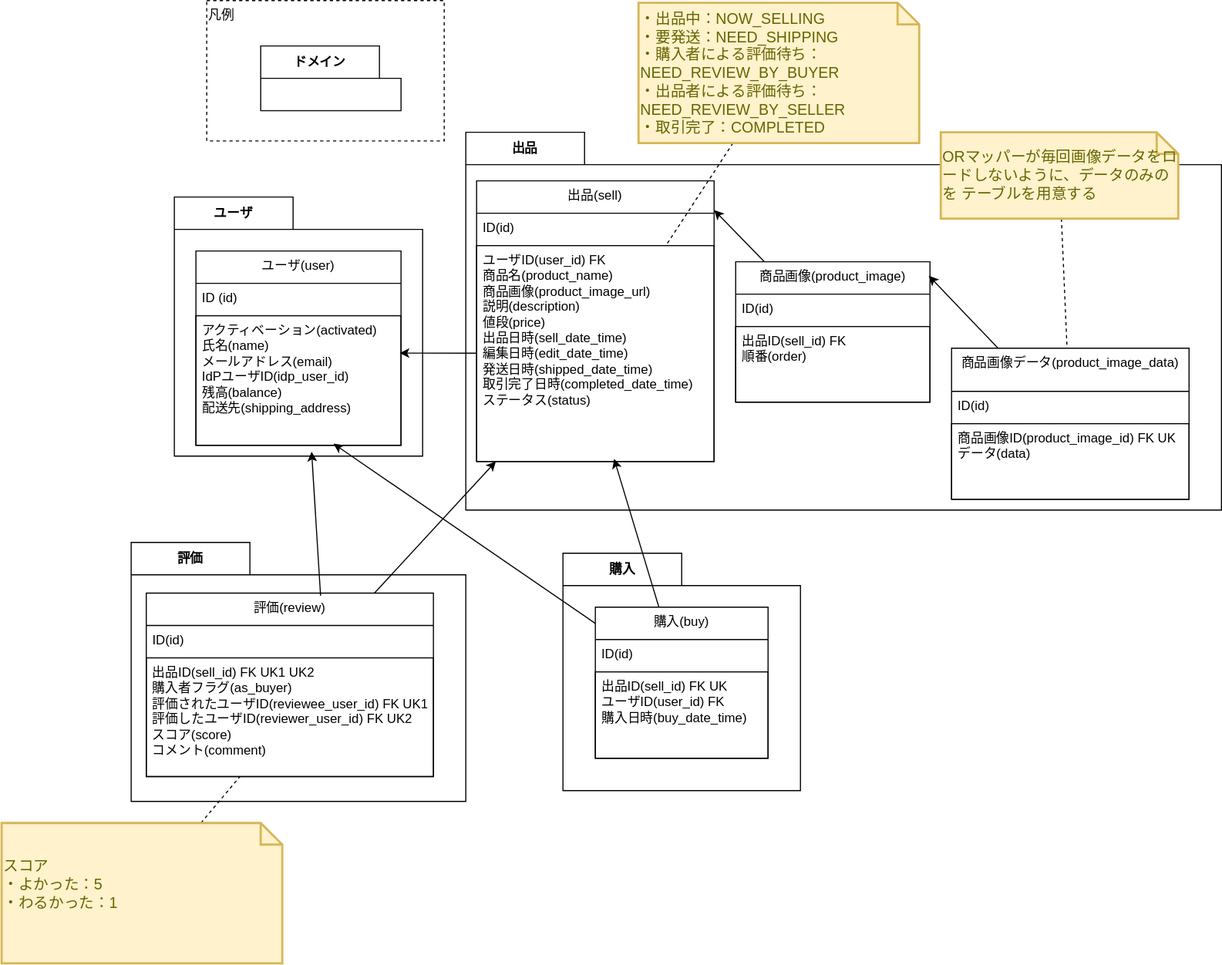
Earlier version of the draw.io export ER図.drawio.svg (genba-oriented/gea-requirements). Source tidied: cells renumbered, new cells last; positions are measured from the earlier drawing's top-left corner, leaving out a move shared by most shapes.
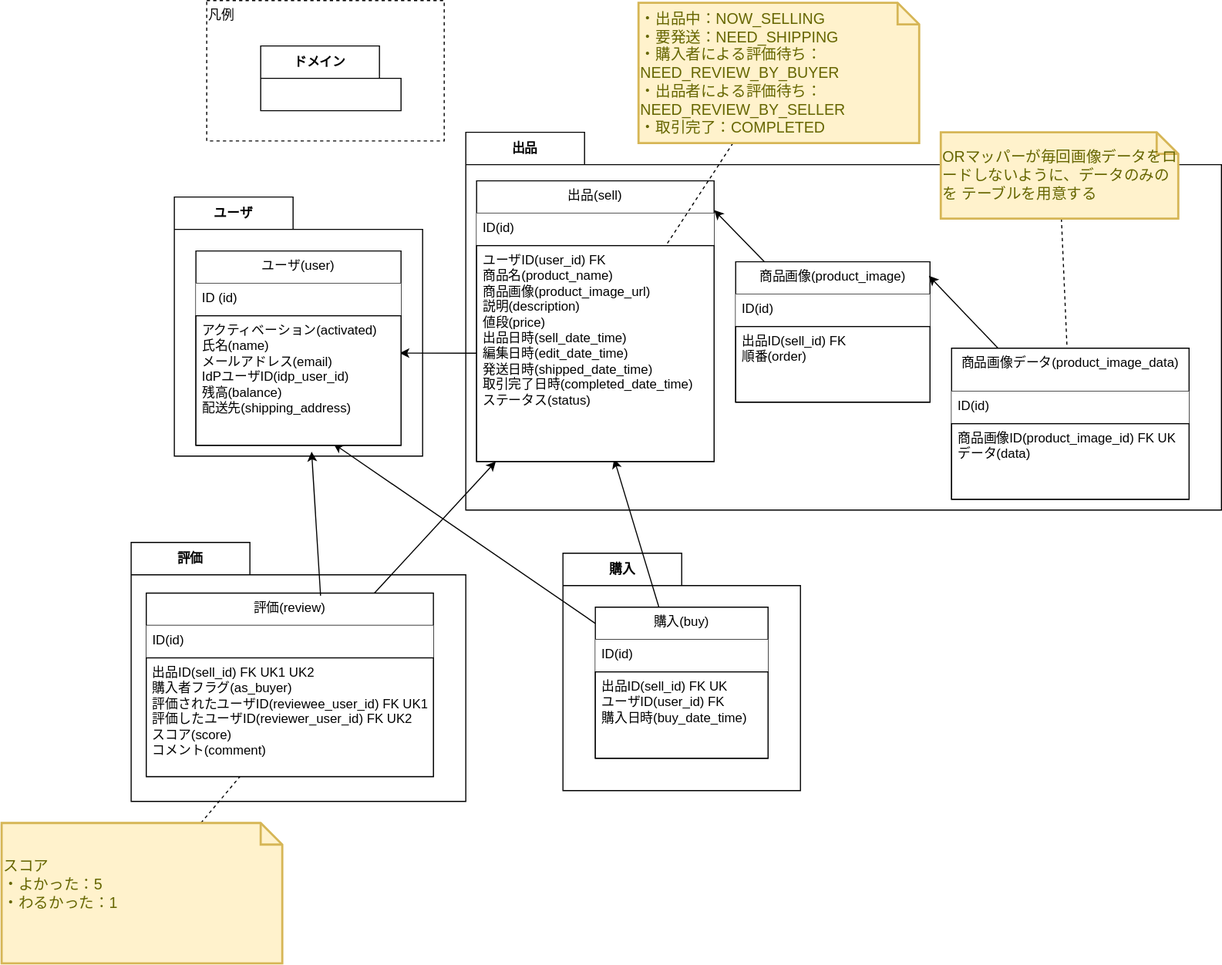
The same diagram one commit later.

Change to the diagram source:
```diff
@@ -20,10 +20,10 @@
     <mxCell id="7" value="ユーザ(user)" style="swimlane;fontStyle=0;align=center;verticalAlign=top;horizontal=1;startSize=30;html=1;whiteSpace=wrap;" parent="6" vertex="1">
       <mxGeometry x="20" y="50" width="190" height="180" as="geometry" />
     </mxCell>
-    <mxCell id="8" value="&lt;div&gt;ID (id)&lt;/div&gt;" style="text;html=1;strokeColor=none;fillColor=none;align=left;verticalAlign=top;spacingLeft=4;spacingRight=4;overflow=hidden;whiteSpace=wrap;" parent="7" vertex="1">
+    <mxCell id="8" value="&lt;div&gt;ID (id)&lt;/div&gt;" style="text;html=1;align=left;verticalAlign=top;spacingLeft=4;spacingRight=4;overflow=hidden;whiteSpace=wrap;fillColor=default;" parent="7" vertex="1">
       <mxGeometry y="30" width="190" height="30" as="geometry" />
     </mxCell>
-    <mxCell id="9" value="&lt;div&gt;アクティベーション(activated)&lt;/div&gt;&lt;div&gt;&lt;span style=&quot;background-color: transparent;&quot;&gt;氏名(name)&lt;/span&gt;&lt;br&gt;&lt;/div&gt;&lt;div&gt;メールアドレス(email)&lt;/div&gt;&lt;div&gt;IdPユーザID(idp_user_id)&lt;/div&gt;&lt;div&gt;残高(balance)&lt;/div&gt;&lt;div&gt;配送先(shipping_address)&lt;/div&gt;&lt;div&gt;&lt;br&gt;&lt;/div&gt;" style="text;html=1;align=left;verticalAlign=top;spacingLeft=4;spacingRight=4;overflow=hidden;points=[[0,0.5],[1,0.5]];portConstraint=eastwest;whiteSpace=wrap;strokeColor=default;" parent="7" vertex="1">
+    <mxCell id="9" value="&lt;div&gt;アクティベーション(activated)&lt;/div&gt;&lt;div&gt;&lt;span style=&quot;background-color: transparent;&quot;&gt;氏名(name)&lt;/span&gt;&lt;br&gt;&lt;/div&gt;&lt;div&gt;メールアドレス(email)&lt;/div&gt;&lt;div&gt;IdPユーザID(idp_user_id)&lt;/div&gt;&lt;div&gt;残高(balance)&lt;/div&gt;&lt;div&gt;配送先(shipping_address)&lt;/div&gt;&lt;div&gt;&lt;br&gt;&lt;/div&gt;" style="text;html=1;align=left;verticalAlign=top;spacingLeft=4;spacingRight=4;overflow=hidden;points=[[0,0.5],[1,0.5]];portConstraint=eastwest;whiteSpace=wrap;strokeColor=default;fillColor=default;" parent="7" vertex="1">
       <mxGeometry y="60" width="190" height="120" as="geometry" />
     </mxCell>
     <mxCell id="10" value="ドメイン" style="shape=folder;fontStyle=1;tabWidth=110;tabHeight=30;tabPosition=left;html=1;boundedLbl=1;labelInHeader=1;whiteSpace=wrap;fillColor=none;" parent="1" vertex="1">
@@ -35,10 +35,10 @@
     <mxCell id="12" value="評価(review)" style="swimlane;fontStyle=0;align=center;verticalAlign=top;horizontal=1;startSize=30;html=1;whiteSpace=wrap;" parent="11" vertex="1">
       <mxGeometry x="14" y="47" width="266" height="170" as="geometry" />
     </mxCell>
-    <mxCell id="13" value="&lt;div&gt;ID(id)&lt;/div&gt;" style="text;html=1;strokeColor=none;fillColor=none;align=left;verticalAlign=top;spacingLeft=4;spacingRight=4;overflow=hidden;whiteSpace=wrap;" parent="12" vertex="1">
+    <mxCell id="13" value="&lt;div&gt;ID(id)&lt;/div&gt;" style="text;html=1;strokeColor=none;fillColor=default;align=left;verticalAlign=top;spacingLeft=4;spacingRight=4;overflow=hidden;whiteSpace=wrap;" parent="12" vertex="1">
       <mxGeometry y="30" width="266" height="30" as="geometry" />
     </mxCell>
-    <mxCell id="14" value="&lt;div&gt;出品ID(sell_id) FK UK1 UK2&lt;/div&gt;&lt;div&gt;購入者フラグ(as_buyer)&lt;/div&gt;&lt;div&gt;&lt;span style=&quot;background-color: transparent;&quot;&gt;評価されたユーザID(reviewee_user_id) FK UK1&lt;/span&gt;&lt;br&gt;&lt;/div&gt;&lt;div&gt;評価したユーザID(reviewer_user_id) FK UK2&lt;/div&gt;&lt;div&gt;スコア(score)&lt;/div&gt;&lt;div&gt;コメント(comment)&lt;/div&gt;" style="text;html=1;align=left;verticalAlign=top;spacingLeft=4;spacingRight=4;overflow=hidden;points=[[0,0.5],[1,0.5]];portConstraint=eastwest;whiteSpace=wrap;strokeColor=default;" parent="12" vertex="1">
+    <mxCell id="14" value="&lt;div&gt;出品ID(sell_id) FK UK1 UK2&lt;/div&gt;&lt;div&gt;購入者フラグ(as_buyer)&lt;/div&gt;&lt;div&gt;&lt;span style=&quot;background-color: transparent;&quot;&gt;評価されたユーザID(reviewee_user_id) FK UK1&lt;/span&gt;&lt;br&gt;&lt;/div&gt;&lt;div&gt;評価したユーザID(reviewer_user_id) FK UK2&lt;/div&gt;&lt;div&gt;スコア(score)&lt;/div&gt;&lt;div&gt;コメント(comment)&lt;/div&gt;" style="text;html=1;align=left;verticalAlign=top;spacingLeft=4;spacingRight=4;overflow=hidden;points=[[0,0.5],[1,0.5]];portConstraint=eastwest;whiteSpace=wrap;strokeColor=default;fillColor=default;" parent="12" vertex="1">
       <mxGeometry y="60" width="266" height="110" as="geometry" />
     </mxCell>
     <mxCell id="15" style="edgeStyle=none;html=1;entryX=0.564;entryY=1.05;entryDx=0;entryDy=0;entryPerimeter=0;exitX=0.607;exitY=0.014;exitDx=0;exitDy=0;exitPerimeter=0;" parent="1" edge="1" source="12" target="9">
@@ -50,19 +50,19 @@
     <mxCell id="17" value="出品(sell)" style="swimlane;fontStyle=0;align=center;verticalAlign=top;horizontal=1;startSize=30;html=1;whiteSpace=wrap;" parent="16" vertex="1">
       <mxGeometry x="10" y="45" width="220" height="260" as="geometry" />
     </mxCell>
-    <mxCell id="18" value="&lt;div&gt;ID(id)&lt;/div&gt;" style="text;html=1;strokeColor=none;fillColor=none;align=left;verticalAlign=top;spacingLeft=4;spacingRight=4;overflow=hidden;whiteSpace=wrap;" parent="17" vertex="1">
+    <mxCell id="18" value="&lt;div&gt;ID(id)&lt;/div&gt;" style="text;html=1;strokeColor=none;fillColor=default;align=left;verticalAlign=top;spacingLeft=4;spacingRight=4;overflow=hidden;whiteSpace=wrap;" parent="17" vertex="1">
       <mxGeometry y="30" width="220" height="30" as="geometry" />
     </mxCell>
-    <mxCell id="19" value="&lt;div&gt;ユーザID(user_id) FK&lt;/div&gt;&lt;div&gt;商品名(product_name)&lt;/div&gt;&lt;div&gt;商品画像(product_image_url)&lt;/div&gt;&lt;div&gt;説明(description)&lt;/div&gt;&lt;div&gt;値段(price)&lt;/div&gt;&lt;div&gt;出品日時(sell_date_time)&lt;/div&gt;&lt;div&gt;編集日時(edit_date_time)&lt;/div&gt;&lt;div&gt;発送日時(shipped_date_time)&lt;/div&gt;&lt;div&gt;取引完了日時(completed_date_time)&lt;/div&gt;&lt;div&gt;ステータス(status)&lt;/div&gt;&lt;div&gt;&lt;br&gt;&lt;/div&gt;" style="text;html=1;align=left;verticalAlign=top;spacingLeft=4;spacingRight=4;overflow=hidden;points=[[0,0.5],[1,0.5]];portConstraint=eastwest;whiteSpace=wrap;strokeColor=default;" parent="17" vertex="1">
+    <mxCell id="19" value="&lt;div&gt;ユーザID(user_id) FK&lt;/div&gt;&lt;div&gt;商品名(product_name)&lt;/div&gt;&lt;div&gt;商品画像(product_image_url)&lt;/div&gt;&lt;div&gt;説明(description)&lt;/div&gt;&lt;div&gt;値段(price)&lt;/div&gt;&lt;div&gt;出品日時(sell_date_time)&lt;/div&gt;&lt;div&gt;編集日時(edit_date_time)&lt;/div&gt;&lt;div&gt;発送日時(shipped_date_time)&lt;/div&gt;&lt;div&gt;取引完了日時(completed_date_time)&lt;/div&gt;&lt;div&gt;ステータス(status)&lt;/div&gt;&lt;div&gt;&lt;br&gt;&lt;/div&gt;" style="text;html=1;align=left;verticalAlign=top;spacingLeft=4;spacingRight=4;overflow=hidden;points=[[0,0.5],[1,0.5]];portConstraint=eastwest;whiteSpace=wrap;strokeColor=default;fillColor=default;" parent="17" vertex="1">
       <mxGeometry y="60" width="220" height="200" as="geometry" />
     </mxCell>
     <mxCell id="20" value="商品画像(product_image)" style="swimlane;fontStyle=0;align=center;verticalAlign=top;horizontal=1;startSize=30;html=1;whiteSpace=wrap;" parent="16" vertex="1">
       <mxGeometry x="250" y="120" width="180" height="130" as="geometry" />
     </mxCell>
-    <mxCell id="21" value="&lt;div&gt;ID(id)&lt;/div&gt;" style="text;html=1;strokeColor=none;fillColor=none;align=left;verticalAlign=top;spacingLeft=4;spacingRight=4;overflow=hidden;whiteSpace=wrap;" parent="20" vertex="1">
+    <mxCell id="21" value="&lt;div&gt;ID(id)&lt;/div&gt;" style="text;html=1;strokeColor=none;fillColor=default;align=left;verticalAlign=top;spacingLeft=4;spacingRight=4;overflow=hidden;whiteSpace=wrap;" parent="20" vertex="1">
       <mxGeometry y="30" width="180" height="30" as="geometry" />
     </mxCell>
-    <mxCell id="22" value="&lt;div&gt;出品ID(sell_id) FK&lt;/div&gt;&lt;div&gt;順番(order)&lt;/div&gt;" style="text;html=1;align=left;verticalAlign=top;spacingLeft=4;spacingRight=4;overflow=hidden;whiteSpace=wrap;strokeColor=default;" parent="20" vertex="1">
+    <mxCell id="22" value="&lt;div&gt;出品ID(sell_id) FK&lt;/div&gt;&lt;div&gt;順番(order)&lt;/div&gt;" style="text;html=1;align=left;verticalAlign=top;spacingLeft=4;spacingRight=4;overflow=hidden;whiteSpace=wrap;strokeColor=default;fillColor=default;" parent="20" vertex="1">
       <mxGeometry y="60" width="180" height="70" as="geometry" />
     </mxCell>
     <mxCell id="23" style="edgeStyle=none;html=1;entryX=1;entryY=0.104;entryDx=0;entryDy=0;entryPerimeter=0;" parent="16" edge="1" source="20" target="17">
@@ -71,10 +71,10 @@
     <mxCell id="24" value="商品画像データ(product_image_data)" style="swimlane;fontStyle=0;align=center;verticalAlign=top;horizontal=1;startSize=40;html=1;whiteSpace=wrap;" parent="16" vertex="1">
       <mxGeometry x="450" y="200" width="220" height="140" as="geometry" />
     </mxCell>
-    <mxCell id="25" value="&lt;div&gt;ID(id)&lt;/div&gt;" style="text;html=1;strokeColor=none;fillColor=none;align=left;verticalAlign=top;spacingLeft=4;spacingRight=4;overflow=hidden;whiteSpace=wrap;" parent="24" vertex="1">
+    <mxCell id="25" value="&lt;div&gt;ID(id)&lt;/div&gt;" style="text;html=1;strokeColor=none;fillColor=default;align=left;verticalAlign=top;spacingLeft=4;spacingRight=4;overflow=hidden;whiteSpace=wrap;" parent="24" vertex="1">
       <mxGeometry y="40" width="220" height="30" as="geometry" />
     </mxCell>
-    <mxCell id="26" value="&lt;div&gt;商品画像ID(product_image_id) FK UK&lt;/div&gt;&lt;div&gt;データ(data)&lt;/div&gt;" style="text;html=1;align=left;verticalAlign=top;spacingLeft=4;spacingRight=4;overflow=hidden;whiteSpace=wrap;strokeColor=default;" parent="24" vertex="1">
+    <mxCell id="26" value="&lt;div&gt;商品画像ID(product_image_id) FK UK&lt;/div&gt;&lt;div&gt;データ(data)&lt;/div&gt;" style="text;html=1;align=left;verticalAlign=top;spacingLeft=4;spacingRight=4;overflow=hidden;whiteSpace=wrap;strokeColor=default;fillColor=default;" parent="24" vertex="1">
       <mxGeometry y="70" width="220" height="70" as="geometry" />
     </mxCell>
     <mxCell id="27" style="edgeStyle=none;html=1;entryX=0.994;entryY=0.1;entryDx=0;entryDy=0;entryPerimeter=0;" parent="16" edge="1" source="24" target="20">
@@ -92,10 +92,10 @@
     <mxCell id="31" value="購入(buy)" style="swimlane;fontStyle=0;align=center;verticalAlign=top;horizontal=1;startSize=30;html=1;whiteSpace=wrap;" parent="30" vertex="1">
       <mxGeometry x="30" y="50" width="160" height="140" as="geometry" />
     </mxCell>
-    <mxCell id="32" value="&lt;div&gt;ID(id)&lt;/div&gt;" style="text;html=1;strokeColor=none;fillColor=none;align=left;verticalAlign=top;spacingLeft=4;spacingRight=4;overflow=hidden;whiteSpace=wrap;" parent="31" vertex="1">
+    <mxCell id="32" value="&lt;div&gt;ID(id)&lt;/div&gt;" style="text;html=1;strokeColor=none;fillColor=default;align=left;verticalAlign=top;spacingLeft=4;spacingRight=4;overflow=hidden;whiteSpace=wrap;" parent="31" vertex="1">
       <mxGeometry y="30" width="160" height="30" as="geometry" />
     </mxCell>
-    <mxCell id="33" value="&lt;div&gt;出品ID(sell_id) FK UK&lt;/div&gt;&lt;div&gt;ユーザID(user_id) FK&lt;/div&gt;&lt;div&gt;購入日時(buy_date_time)&lt;/div&gt;&lt;div&gt;&lt;br&gt;&lt;/div&gt;&lt;div&gt;&lt;br&gt;&lt;/div&gt;" style="text;html=1;align=left;verticalAlign=top;spacingLeft=4;spacingRight=4;overflow=hidden;whiteSpace=wrap;strokeColor=default;" parent="31" vertex="1">
+    <mxCell id="33" value="&lt;div&gt;出品ID(sell_id) FK UK&lt;/div&gt;&lt;div&gt;ユーザID(user_id) FK&lt;/div&gt;&lt;div&gt;購入日時(buy_date_time)&lt;/div&gt;&lt;div&gt;&lt;br&gt;&lt;/div&gt;&lt;div&gt;&lt;br&gt;&lt;/div&gt;" style="text;html=1;align=left;verticalAlign=top;spacingLeft=4;spacingRight=4;overflow=hidden;whiteSpace=wrap;strokeColor=default;fillColor=default;" parent="31" vertex="1">
       <mxGeometry y="60" width="160" height="80" as="geometry" />
     </mxCell>
     <mxCell id="34" style="edgeStyle=none;html=1;dashed=1;endArrow=none;endFill=0;" parent="1" edge="1" source="35" target="19">
```
